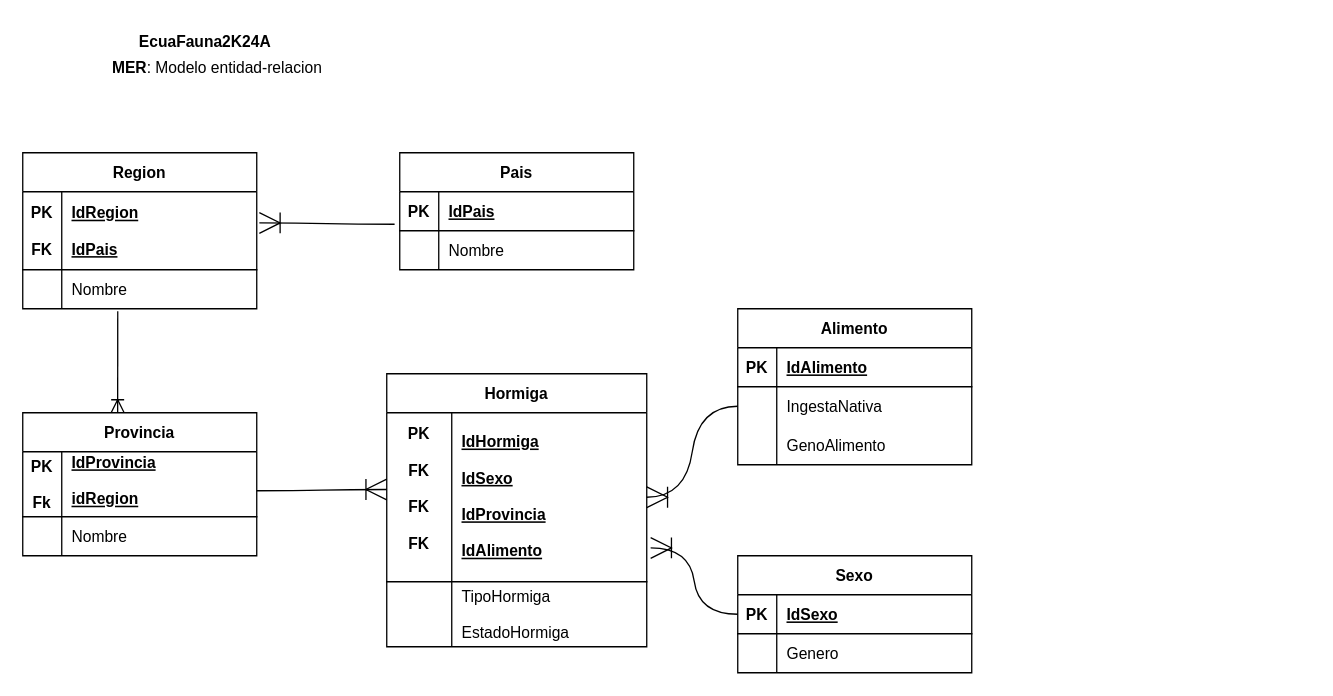
This is Design/MER_EcuaFauna2K24A.dio from NayeliGualpa/ExamenFinal, a draw.io file, before an edit. Source tidied: cells renumbered, new cells numbered last; positions are measured from the earlier drawing's top-left corner, leaving out a move shared by most shapes. Both pictures are drawn from the tidied source at 130%, with x=0, y=0 at pixel (22, 22).
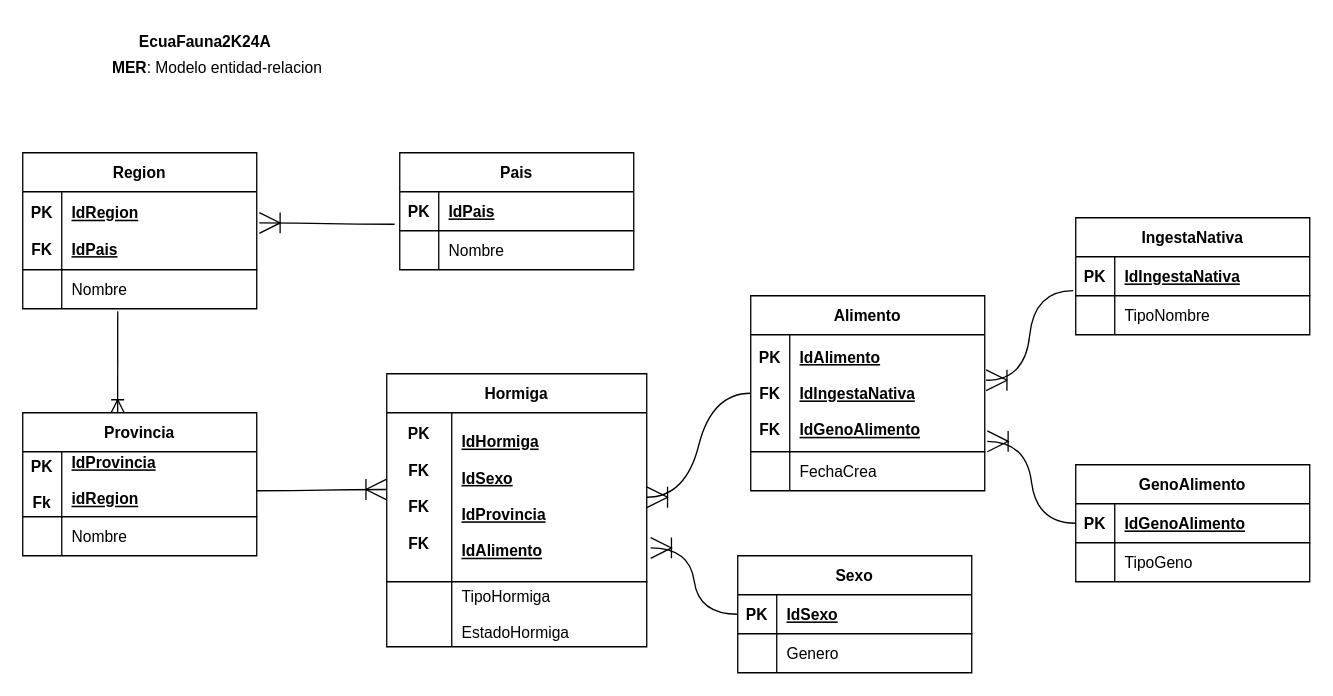
Above is the later version.

Unchanged cells that the change refers to:
```xml
<mxCell id="45" style="shape=tableRow;horizontal=0;startSize=0;swimlaneHead=0;swimlaneBody=0;fillColor=none;points=[[0,0.5],[1,0.5]];portConstraint=eastwest;top=0;left=0;right=0;bottom=1;" parent="44" vertex="1">
  <mxGeometry y="30" width="200" height="130" as="geometry" />
</mxCell>
```

Diff of the diagram source:
```diff
@@
     <mxCell id="25" value="Alimento" style="shape=table;startSize=30;childLayout=tableLayout;rowLines=0;fontStyle=1;align=center;" parent="1" vertex="1">
-      <mxGeometry x="550" y="220" width="180" height="120" as="geometry" />
+      <mxGeometry x="560" y="210" width="180" height="150" as="geometry" />
     </mxCell>
     <mxCell id="26" style="shape=tableRow;horizontal=0;startSize=0;swimlaneHead=0;swimlaneBody=0;fillColor=none;points=[[0,0.5],[1,0.5]];portConstraint=eastwest;top=0;left=0;right=0;bottom=1;" parent="25" vertex="1">
-      <mxGeometry y="30" width="180" height="30" as="geometry" />
+      <mxGeometry y="30" width="180" height="90" as="geometry" />
     </mxCell>
-    <mxCell id="27" value="PK" style="shape=partialRectangle;fillColor=none;top=0;left=0;bottom=0;right=0;fontStyle=1;overflow=hidden;" parent="26" vertex="1">
-      <mxGeometry width="30" height="30" as="geometry" />
+    <mxCell id="27" value="PK&#10;&#10;FK&#10;&#10;FK" style="shape=partialRectangle;fillColor=none;top=0;left=0;bottom=0;right=0;fontStyle=1;overflow=hidden;" parent="26" vertex="1">
+      <mxGeometry width="30" height="90" as="geometry" />
     </mxCell>
-    <mxCell id="28" value="IdAlimento" style="shape=partialRectangle;fillColor=none;top=0;left=0;bottom=0;right=0;align=left;spacingLeft=6;fontStyle=5;overflow=hidden;" parent="26" vertex="1">
-      <mxGeometry x="30" width="150" height="30" as="geometry" />
+    <mxCell id="28" value="IdAlimento&#10;&#10;IdIngestaNativa&#10;&#10;IdGenoAlimento" style="shape=partialRectangle;fillColor=none;top=0;left=0;bottom=0;right=0;align=left;spacingLeft=6;fontStyle=5;overflow=hidden;" parent="26" vertex="1">
+      <mxGeometry x="30" width="150" height="90" as="geometry" />
     </mxCell>
     <mxCell id="29" style="shape=tableRow;horizontal=0;startSize=0;swimlaneHead=0;swimlaneBody=0;fillColor=none;points=[[0,0.5],[1,0.5]];portConstraint=eastwest;top=0;left=0;right=0;bottom=0;" parent="25" vertex="1">
-      <mxGeometry y="60" width="180" height="30" as="geometry" />
+      <mxGeometry y="120" width="180" height="30" as="geometry" />
     </mxCell>
@@
-    <mxCell id="31" value="IngestaNativa" style="shape=partialRectangle;fillColor=none;top=0;left=0;bottom=0;right=0;align=left;spacingLeft=6;overflow=hidden;" parent="29" vertex="1">
+    <mxCell id="31" value="FechaCrea" style="shape=partialRectangle;fillColor=none;top=0;left=0;bottom=0;right=0;align=left;spacingLeft=6;overflow=hidden;" parent="29" vertex="1">
       <mxGeometry x="30" width="150" height="30" as="geometry" />
     </mxCell>
-    <mxCell id="32" style="shape=tableRow;horizontal=0;startSize=0;swimlaneHead=0;swimlaneBody=0;fillColor=none;top=0;left=0;right=0;bottom=0;" parent="25" vertex="1">
-      <mxGeometry y="90" width="180" height="30" as="geometry" />
-    </mxCell>
-    <mxCell id="33" style="shape=partialRectangle;fillColor=none;top=0;left=0;bottom=0;right=0;overflow=hidden;" parent="32" vertex="1">
-      <mxGeometry width="30" height="30" as="geometry" />
-    </mxCell>
-    <mxCell id="34" style="shape=partialRectangle;fillColor=none;top=0;left=0;bottom=0;right=0;align=left;spacingLeft=6;overflow=hidden;" parent="32" vertex="1">
-      <mxGeometry x="30" width="150" height="30" as="geometry" />
-    </mxCell>
@@
-    <mxCell id="51" value="GenoAlimento" style="shape=partialRectangle;fillColor=none;top=0;left=0;bottom=0;right=0;align=left;spacingLeft=6;overflow=hidden;" parent="1" vertex="1">
-      <mxGeometry x="580" y="310" width="150" height="30" as="geometry" />
-    </mxCell>
-    <mxCell id="52" style="edgeStyle=entityRelationEdgeStyle;fontSize=12;html=1;endArrow=ERoneToMany;rounded=0;startSize=14;endSize=14;sourcePerimeterSpacing=8;targetPerimeterSpacing=8;curved=1;exitX=0;exitY=0.5;exitDx=0;exitDy=0;entryX=1;entryY=0.5;entryDx=0;entryDy=0;" parent="1" edge="1" source="29" target="45">
+    <mxCell id="52" style="edgeStyle=entityRelationEdgeStyle;fontSize=12;html=1;endArrow=ERoneToMany;rounded=0;startSize=14;endSize=14;sourcePerimeterSpacing=8;targetPerimeterSpacing=8;curved=1;exitX=0;exitY=0.5;exitDx=0;exitDy=0;entryX=1;entryY=0.5;entryDx=0;entryDy=0;" parent="1" edge="1" source="26" target="45">
       <mxGeometry relative="1" as="geometry" />
     </mxCell>
@@
+    <mxCell id="57" value="IngestaNativa" style="shape=table;startSize=30;childLayout=tableLayout;rowLines=0;fontStyle=1;align=center;" parent="1" vertex="1">
+      <mxGeometry x="810" y="150" width="180" height="90" as="geometry" />
+    </mxCell>
+    <mxCell id="58" style="shape=tableRow;horizontal=0;startSize=0;swimlaneHead=0;swimlaneBody=0;fillColor=none;top=0;left=0;right=0;bottom=1;" parent="57" vertex="1">
+      <mxGeometry y="30" width="180" height="30" as="geometry" />
+    </mxCell>
+    <mxCell id="59" value="PK" style="shape=partialRectangle;fillColor=none;top=0;left=0;bottom=0;right=0;fontStyle=1;overflow=hidden;" parent="58" vertex="1">
+      <mxGeometry width="30" height="30" as="geometry" />
+    </mxCell>
+    <mxCell id="60" value="IdIngestaNativa" style="shape=partialRectangle;fillColor=none;top=0;left=0;bottom=0;right=0;align=left;spacingLeft=6;fontStyle=5;overflow=hidden;" parent="58" vertex="1">
+      <mxGeometry x="30" width="150" height="30" as="geometry" />
+    </mxCell>
+    <mxCell id="61" style="shape=tableRow;horizontal=0;startSize=0;swimlaneHead=0;swimlaneBody=0;fillColor=none;points=[[0,0.5],[1,0.5]];portConstraint=eastwest;top=0;left=0;right=0;bottom=0;" parent="57" vertex="1">
+      <mxGeometry y="60" width="180" height="30" as="geometry" />
+    </mxCell>
+    <mxCell id="62" style="shape=partialRectangle;fillColor=none;top=0;left=0;bottom=0;right=0;overflow=hidden;" parent="61" vertex="1">
+      <mxGeometry width="30" height="30" as="geometry" />
+    </mxCell>
+    <mxCell id="63" value="TipoNombre" style="shape=partialRectangle;fillColor=none;top=0;left=0;bottom=0;right=0;align=left;spacingLeft=6;overflow=hidden;" parent="61" vertex="1">
+      <mxGeometry x="30" width="150" height="30" as="geometry" />
+    </mxCell>
+    <mxCell id="51" value="GenoAlimento" style="shape=table;startSize=30;childLayout=tableLayout;rowLines=0;fontStyle=1;align=center;" parent="1" vertex="1">
+      <mxGeometry x="810" y="340" width="180" height="90" as="geometry" />
+    </mxCell>
+    <mxCell id="64" style="shape=tableRow;horizontal=0;startSize=0;swimlaneHead=0;swimlaneBody=0;fillColor=none;points=[[0,0.5],[1,0.5]];portConstraint=eastwest;top=0;left=0;right=0;bottom=1;" parent="51" vertex="1">
+      <mxGeometry y="30" width="180" height="30" as="geometry" />
+    </mxCell>
+    <mxCell id="65" value="PK" style="shape=partialRectangle;fillColor=none;top=0;left=0;bottom=0;right=0;fontStyle=1;overflow=hidden;" parent="64" vertex="1">
+      <mxGeometry width="30" height="30" as="geometry" />
+    </mxCell>
+    <mxCell id="66" value="IdGenoAlimento" style="shape=partialRectangle;fillColor=none;top=0;left=0;bottom=0;right=0;align=left;spacingLeft=6;fontStyle=5;overflow=hidden;" parent="64" vertex="1">
+      <mxGeometry x="30" width="150" height="30" as="geometry" />
+    </mxCell>
+    <mxCell id="67" style="shape=tableRow;horizontal=0;startSize=0;swimlaneHead=0;swimlaneBody=0;fillColor=none;top=0;left=0;right=0;bottom=0;" parent="51" vertex="1">
+      <mxGeometry y="60" width="180" height="30" as="geometry" />
+    </mxCell>
+    <mxCell id="68" style="shape=partialRectangle;fillColor=none;top=0;left=0;bottom=0;right=0;overflow=hidden;" parent="67" vertex="1">
+      <mxGeometry width="30" height="30" as="geometry" />
+    </mxCell>
+    <mxCell id="69" value="TipoGeno" style="shape=partialRectangle;fillColor=none;top=0;left=0;bottom=0;right=0;align=left;spacingLeft=6;overflow=hidden;" parent="67" vertex="1">
+      <mxGeometry x="30" width="150" height="30" as="geometry" />
+    </mxCell>
+    <mxCell id="70" style="edgeStyle=entityRelationEdgeStyle;fontSize=12;html=1;endArrow=ERoneToMany;rounded=0;startSize=14;endSize=14;sourcePerimeterSpacing=8;targetPerimeterSpacing=8;curved=1;exitX=-0.011;exitY=-0.133;exitDx=0;exitDy=0;entryX=1.006;entryY=0.389;entryDx=0;entryDy=0;exitPerimeter=0;entryPerimeter=0;" parent="1" edge="1" source="61" target="26">
+      <mxGeometry relative="1" as="geometry" />
+    </mxCell>
+    <mxCell id="71" style="edgeStyle=entityRelationEdgeStyle;fontSize=12;html=1;endArrow=ERoneToMany;rounded=0;startSize=14;endSize=14;sourcePerimeterSpacing=8;targetPerimeterSpacing=8;curved=1;exitX=0;exitY=0.5;exitDx=0;exitDy=0;entryX=1.011;entryY=0.911;entryDx=0;entryDy=0;entryPerimeter=0;" parent="1" edge="1" source="64" target="26">
+      <mxGeometry relative="1" as="geometry" />
+    </mxCell>
```
